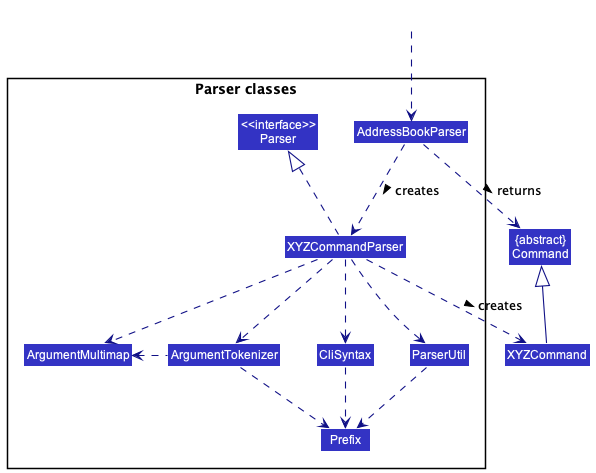
nus-cs2103-AY2223S1/tp keeps this PlantUML diagram as docs/images/ParserClasses.png. Above is the earlier version. Its diagram source:
```plantuml
@startuml
!include style.puml
skinparam arrowThickness 1.1
skinparam arrowColor LOGIC_COLOR_T4
skinparam classBackgroundColor LOGIC_COLOR

Class "{abstract}\nCommand" as Command
Class XYZCommand

package "Parser classes"{
Class "<<interface>>\nParser" as Parser
Class AddressBookParser
Class XYZCommandParser
Class CliSyntax
Class ParserUtil
Class ArgumentMultimap
Class ArgumentTokenizer
Class Prefix
}

Class HiddenOutside #FFFFFF
HiddenOutside ..> AddressBookParser

AddressBookParser .down.> XYZCommandParser: creates >

XYZCommandParser ..> XYZCommand : creates >
AddressBookParser ..> Command : returns >
XYZCommandParser .up.|> Parser
XYZCommandParser ..> ArgumentMultimap
XYZCommandParser ..> ArgumentTokenizer
ArgumentTokenizer .left.> ArgumentMultimap
XYZCommandParser ..> CliSyntax
CliSyntax ..> Prefix
XYZCommandParser ..> ParserUtil
ParserUtil .down.> Prefix
ArgumentTokenizer .down.> Prefix
XYZCommand -up-|> Command
@enduml
```
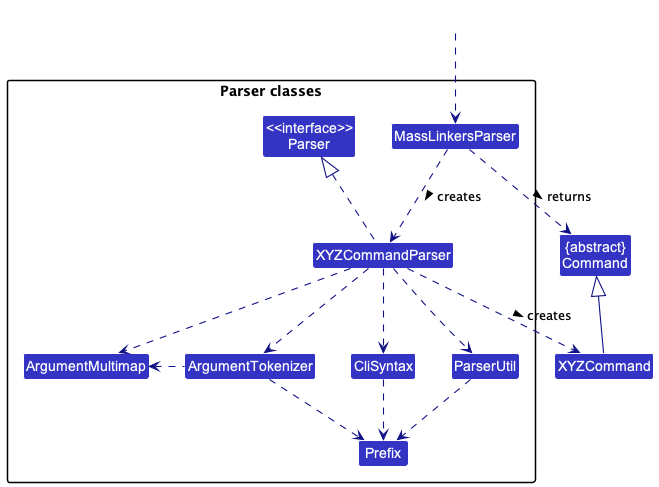
The same diagram one commit later.

The edit, as a diff of the source:
```diff
@@ -9,7 +9,7 @@
 
 package "Parser classes"{
 Class "<<interface>>\nParser" as Parser
-Class AddressBookParser
+Class MassLinkersParser
 Class XYZCommandParser
 Class CliSyntax
 Class ParserUtil
@@ -19,12 +19,12 @@
 }
 
 Class HiddenOutside #FFFFFF
-HiddenOutside ..> AddressBookParser
+HiddenOutside ..> MassLinkersParser
 
-AddressBookParser .down.> XYZCommandParser: creates >
+MassLinkersParser .down.> XYZCommandParser: creates >
 
 XYZCommandParser ..> XYZCommand : creates >
-AddressBookParser ..> Command : returns >
+MassLinkersParser ..> Command : returns >
 XYZCommandParser .up.|> Parser
 XYZCommandParser ..> ArgumentMultimap
 XYZCommandParser ..> ArgumentTokenizer
```
